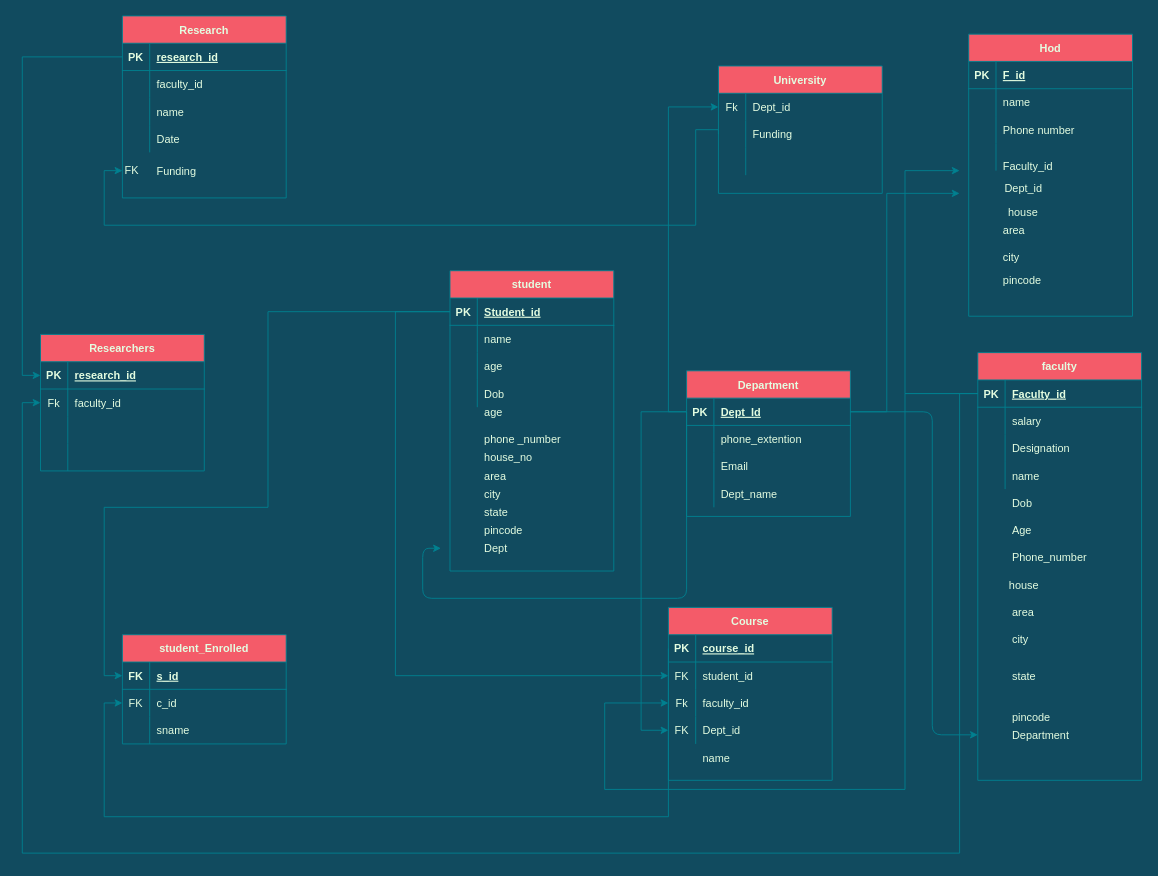
ckarandev010/DBMS-schema keeps this draw.io diagram as Untitled Diagram.drawio. Above is the earlier version. Source tidied: cells renumbered, new cells numbered last; positions are measured from the earlier drawing's top-left corner, leaving out a move shared by most shapes. Both pictures are drawn from the tidied source at 91%, with x=0, y=0 at pixel (22, 15).
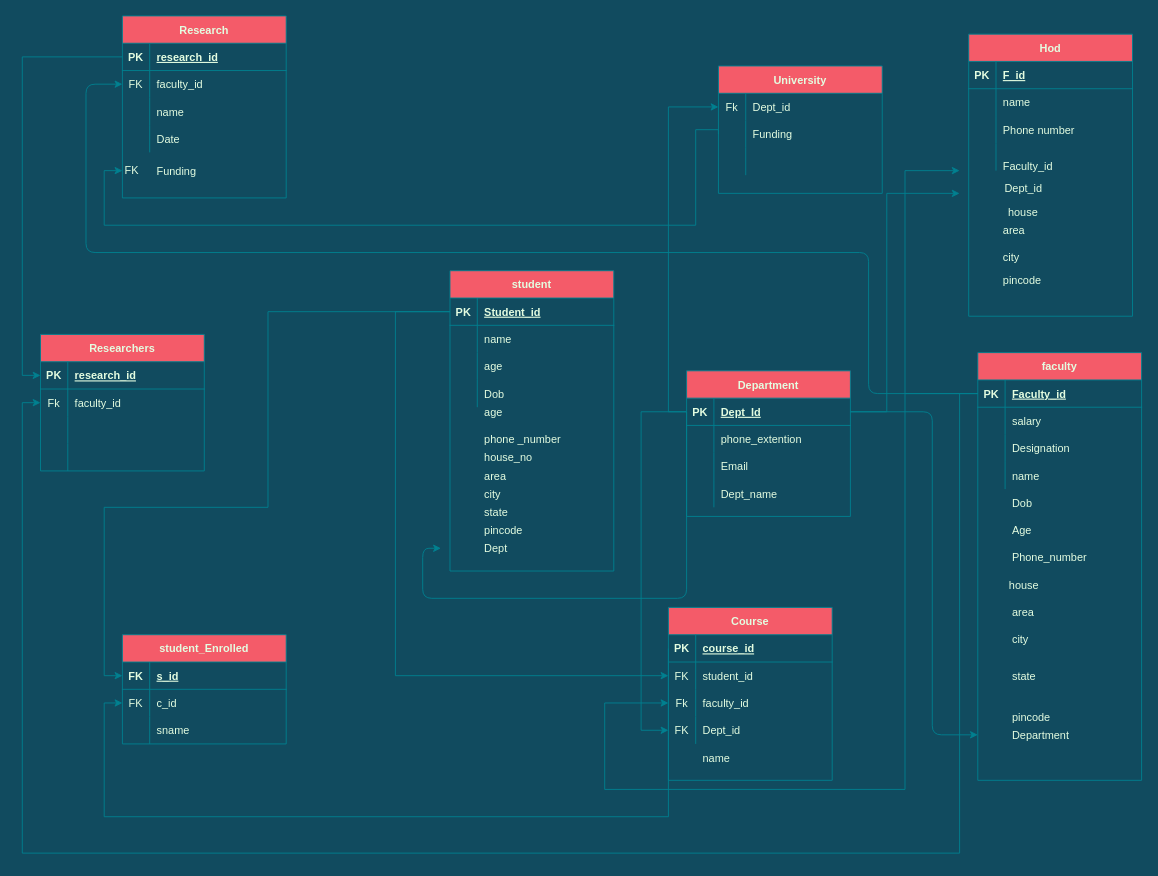
The same page after the edit.

The change refers to these unchanged cells:
```xml
<mxCell id="16" style="shape=partialRectangle;fillColor=none;top=0;left=0;bottom=1;right=0;points=[[0,0.5],[1,0.5]];portConstraint=eastwest;strokeColor=#028090;fontColor=#E4FDE1;" parent="15" vertex="1">
  <mxGeometry y="30" width="180" height="30" as="geometry" />
</mxCell>
<mxCell id="124" style="shape=partialRectangle;fillColor=none;top=0;left=0;bottom=0;right=0;points=[[0,0.5],[1,0.5]];portConstraint=eastwest;strokeColor=#028090;fontColor=#E4FDE1;" parent="120" vertex="1">
  <mxGeometry y="60" width="180" height="30" as="geometry" />
</mxCell>
```

Change to the diagram source:
```diff
@@
-    <mxCell id="125" style="shape=partialRectangle;fillColor=none;top=0;left=0;bottom=0;right=0;overflow=hidden;strokeColor=#028090;fontColor=#E4FDE1;" parent="124" vertex="1">
+    <mxCell id="125" value="FK" style="shape=partialRectangle;fillColor=none;top=0;left=0;bottom=0;right=0;overflow=hidden;strokeColor=#028090;fontColor=#E4FDE1;" parent="124" vertex="1">
       <mxGeometry width="30" height="30" as="geometry" />
     </mxCell>
@@
+    <mxCell id="200" style="edgeStyle=orthogonalEdgeStyle;curved=0;rounded=1;sketch=0;jettySize=auto;html=1;exitX=0;exitY=0.5;exitDx=0;exitDy=0;entryX=0;entryY=0.5;entryDx=0;entryDy=0;fontColor=#E4FDE1;strokeColor=#028090;fillColor=#F45B69;" parent="1" edge="1" source="16" target="124">
+      <mxGeometry relative="1" as="geometry">
+        <Array as="points">
+          <mxPoint x="930" y="415" />
+          <mxPoint x="930" y="260" />
+          <mxPoint x="70" y="260" />
+          <mxPoint x="70" y="75" />
+        </Array>
+      </mxGeometry>
+    </mxCell>
```
